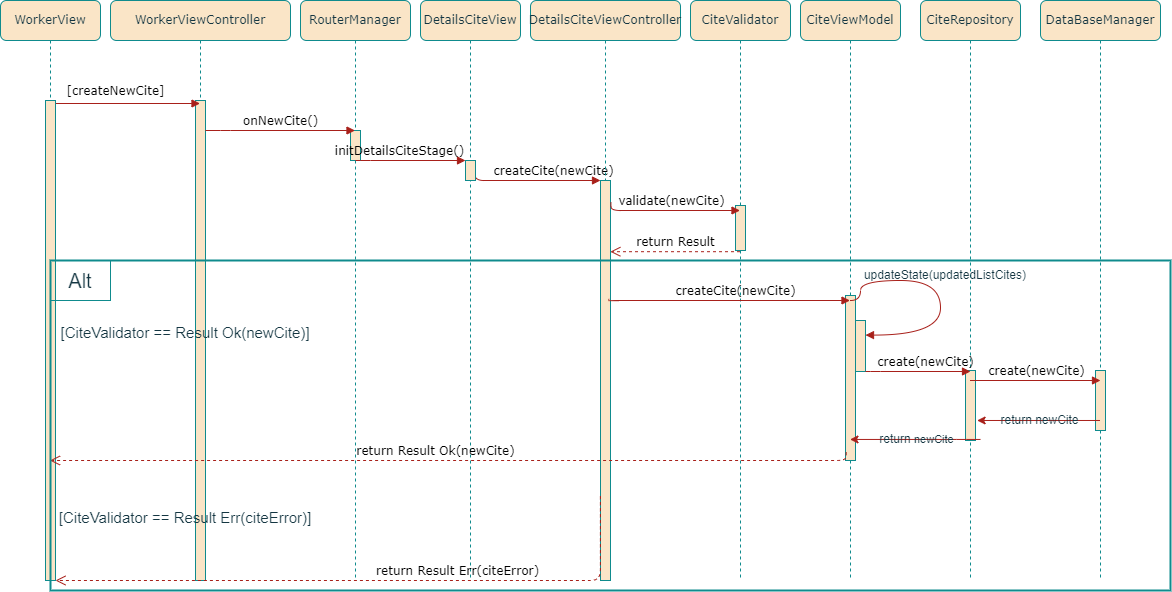
Earlier version of the draw.io export EntornosDeDesarrollo/DiagramasDeSecuencia/Dar alta-crear cita.png (kuromiichi/ProyectoFinalITV). Source tidied: cells renumbered, new cells last; positions are measured from the earlier drawing's top-left corner, leaving out a move shared by most shapes.
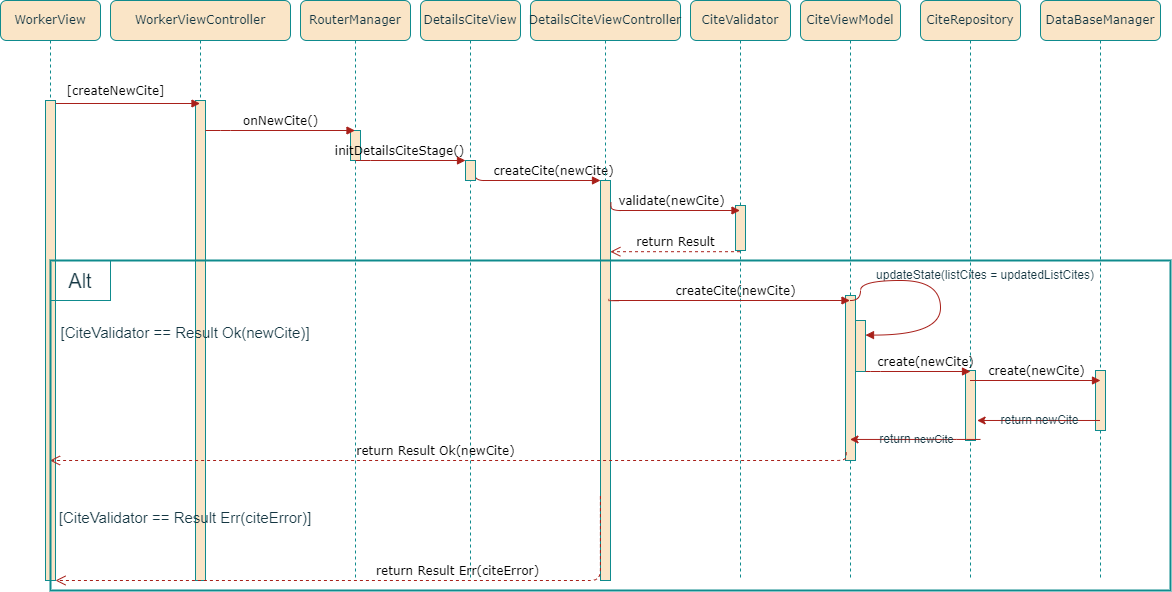
The same file after the commit.

The edit, as a diff of the source:
```diff
@@ -181,8 +181,8 @@
         <mxPoint x="-1" as="offset" />
       </mxGeometry>
     </mxCell>
-    <mxCell id="38" value="updateState(updatedListCites)" style="text;html=1;strokeColor=none;fillColor=none;align=center;verticalAlign=middle;whiteSpace=wrap;rounded=0;labelBackgroundColor=none;fontColor=#143642;" parent="1" vertex="1">
-      <mxGeometry x="991" y="260" width="170" height="30" as="geometry" />
+    <mxCell id="38" value="updateState(listCites = updatedListCites)" style="text;html=1;strokeColor=none;fillColor=none;align=center;verticalAlign=middle;whiteSpace=wrap;rounded=0;labelBackgroundColor=none;fontColor=#143642;" parent="1" vertex="1">
+      <mxGeometry x="991" y="260" width="250" height="30" as="geometry" />
     </mxCell>
     <mxCell id="39" style="html=1;verticalAlign=bottom;endArrow=block;labelBackgroundColor=none;fontFamily=Verdana;fontSize=12;elbow=vertical;edgeStyle=orthogonalEdgeStyle;curved=1;entryX=1;entryY=0.286;entryPerimeter=0;strokeColor=#A8201A;fontColor=default;" parent="1" edge="1" target="31">
       <mxGeometry relative="1" as="geometry">
```
